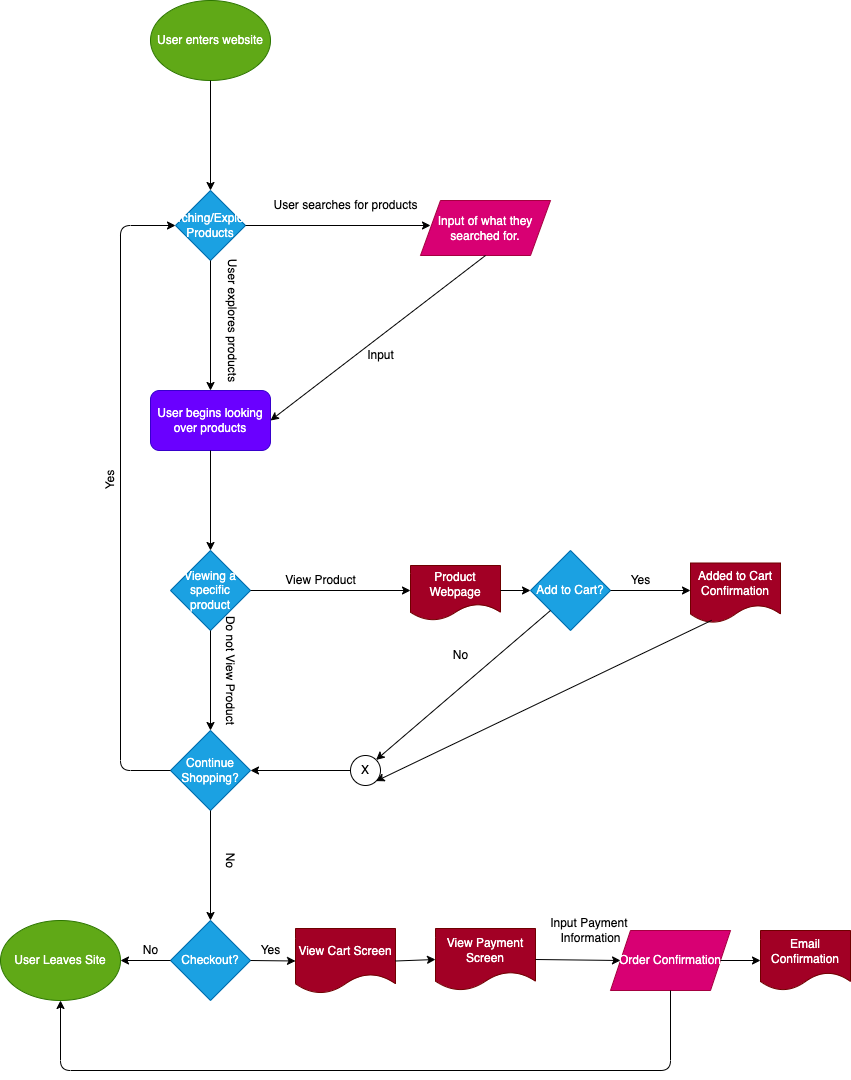
Above: explore/diagramming/diagram.drawio.png in adarsh249/sp23-cse110-lab4 (draw.io), before the change. Source tidied: cells renumbered, new cells last; positions are measured from the earlier drawing's top-left corner, leaving out a move shared by most shapes.
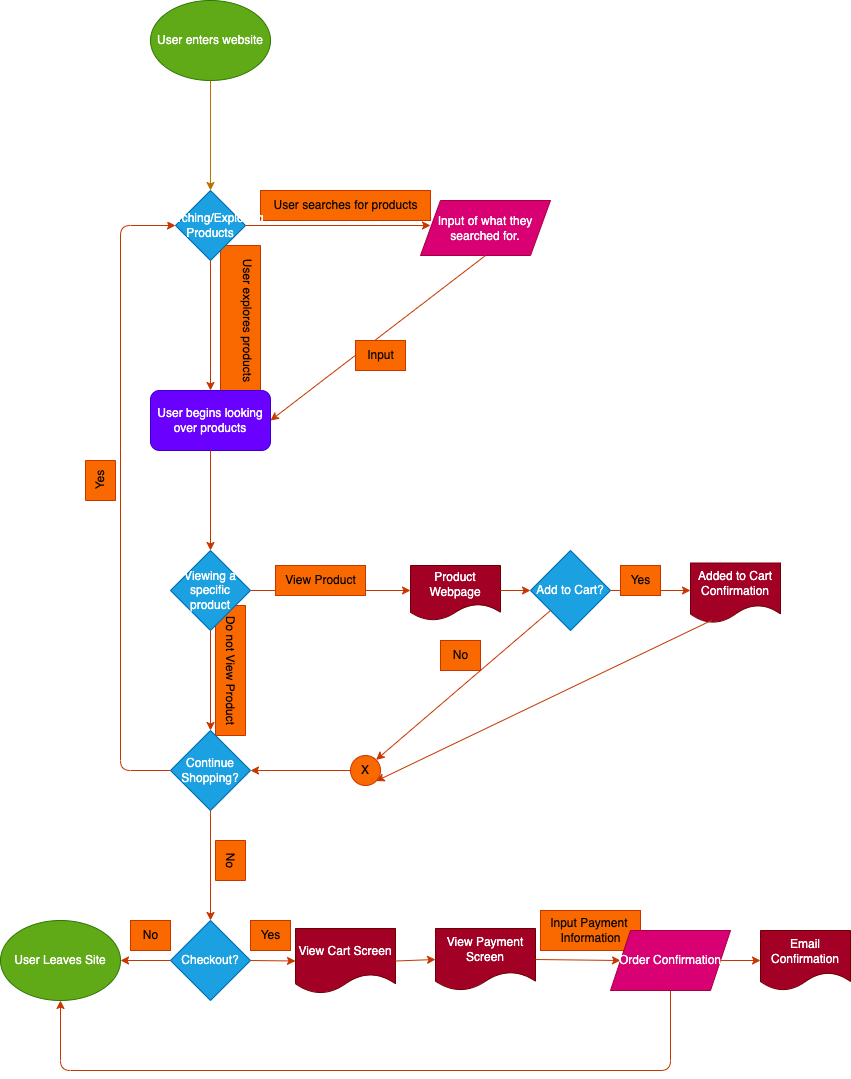
Above is the later version.

Commit message:
Changed colors to work on both dark/light mode

Diff of the diagram source:
```diff
@@ -5,72 +5,66 @@
     <mxCell id="2" value="User enters website" style="ellipse;whiteSpace=wrap;html=1;fillColor=#60a917;fontColor=#ffffff;strokeColor=#2D7600;" parent="1" vertex="1">
       <mxGeometry x="150" width="120" height="80" as="geometry" />
     </mxCell>
-    <mxCell id="3" value="Searching/Exploring Products" style="rhombus;whiteSpace=wrap;html=1;fillColor=#1ba1e2;fontColor=#ffffff;strokeColor=#006EAF;" parent="1" vertex="1">
-      <mxGeometry x="175" y="190" width="70" height="70" as="geometry" />
-    </mxCell>
-    <mxCell id="4" style="endArrow=classic;html=1;exitX=0.5;exitY=1;exitDx=0;exitDy=0;entryX=0.5;entryY=0;entryDx=0;entryDy=0;" parent="1" edge="1" source="2" target="3">
+    <mxCell id="4" style="endArrow=classic;html=1;exitX=0.5;exitY=1;exitDx=0;exitDy=0;entryX=0.5;entryY=0;entryDx=0;entryDy=0;fillColor=#f0a30a;strokeColor=#BD7000;" parent="1" edge="1" source="2" target="3">
       <mxGeometry relative="1" as="geometry" />
     </mxCell>
-    <mxCell id="5" style="endArrow=classic;html=1;exitX=1;exitY=0.5;exitDx=0;exitDy=0;" parent="1" edge="1" source="3">
+    <mxCell id="5" style="endArrow=classic;html=1;exitX=1;exitY=0.5;exitDx=0;exitDy=0;fillColor=#fa6800;strokeColor=#C73500;" parent="1" edge="1" source="3">
       <mxGeometry relative="1" as="geometry">
         <mxPoint x="430" y="225" as="targetPoint" />
       </mxGeometry>
     </mxCell>
-    <mxCell id="6" value="User searches for products" style="text;html=1;align=center;verticalAlign=middle;strokeColor=none;fillColor=none;" parent="1" vertex="1">
+    <mxCell id="6" value="User searches for products" style="text;html=1;align=center;verticalAlign=middle;strokeColor=#C73500;fillColor=#fa6800;fontColor=#000000;" parent="1" vertex="1">
       <mxGeometry x="260" y="190" width="170" height="30" as="geometry" />
     </mxCell>
     <mxCell id="7" value="Input of what they&lt;br&gt;searched for." style="shape=parallelogram;perimeter=parallelogramPerimeter;whiteSpace=wrap;html=1;fixedSize=1;fillColor=#d80073;fontColor=#ffffff;strokeColor=#A50040;" parent="1" vertex="1">
       <mxGeometry x="420" y="200" width="130" height="55" as="geometry" />
     </mxCell>
-    <mxCell id="8" style="endArrow=classic;html=1;exitX=0.5;exitY=1;exitDx=0;exitDy=0;" parent="1" edge="1" source="3">
+    <mxCell id="8" style="endArrow=classic;html=1;exitX=0.5;exitY=1;exitDx=0;exitDy=0;fillColor=#fa6800;strokeColor=#C73500;" parent="1" edge="1" source="3">
       <mxGeometry relative="1" as="geometry">
         <mxPoint x="210" y="390" as="targetPoint" />
       </mxGeometry>
     </mxCell>
-    <mxCell id="9" value="User explores products&lt;br&gt;&lt;br&gt;" style="text;html=1;align=center;verticalAlign=middle;strokeColor=none;fillColor=none;rotation=90;" parent="1" vertex="1">
-      <mxGeometry x="150" y="300" width="150" height="40" as="geometry" />
+    <mxCell id="9" value="User explores products&lt;br&gt;&lt;br&gt;" style="text;html=1;align=center;verticalAlign=middle;strokeColor=#C73500;fillColor=#fa6800;rotation=90;fontColor=#000000;" parent="1" vertex="1">
+      <mxGeometry x="165" y="300" width="150" height="40" as="geometry" />
     </mxCell>
     <mxCell id="10" value="User begins looking over products" style="rounded=1;whiteSpace=wrap;html=1;fillColor=#6a00ff;fontColor=#ffffff;strokeColor=#3700CC;" parent="1" vertex="1">
       <mxGeometry x="150" y="390" width="120" height="60" as="geometry" />
     </mxCell>
-    <mxCell id="11" style="endArrow=classic;html=1;exitX=0.5;exitY=1;exitDx=0;exitDy=0;entryX=1;entryY=0.5;entryDx=0;entryDy=0;" parent="1" edge="1" source="7" target="10">
+    <mxCell id="11" style="endArrow=classic;html=1;exitX=0.5;exitY=1;exitDx=0;exitDy=0;entryX=1;entryY=0.5;entryDx=0;entryDy=0;fillColor=#fa6800;strokeColor=#C73500;" parent="1" edge="1" source="7" target="10">
       <mxGeometry relative="1" as="geometry" />
     </mxCell>
-    <mxCell id="12" value="Input&lt;br&gt;" style="text;html=1;align=center;verticalAlign=middle;strokeColor=none;fillColor=none;" parent="1" vertex="1">
+    <mxCell id="12" value="Input&lt;br&gt;" style="text;html=1;align=center;verticalAlign=middle;strokeColor=#C73500;fillColor=#fa6800;fontColor=#000000;" parent="1" vertex="1">
       <mxGeometry x="355" y="340" width="50" height="30" as="geometry" />
     </mxCell>
-    <mxCell id="13" value="Viewing a specific product" style="rhombus;whiteSpace=wrap;html=1;fillColor=#1ba1e2;fontColor=#ffffff;strokeColor=#006EAF;" parent="1" vertex="1">
-      <mxGeometry x="170" y="550" width="80" height="80" as="geometry" />
-    </mxCell>
-    <mxCell id="14" style="endArrow=classic;html=1;exitX=0.5;exitY=1;exitDx=0;exitDy=0;entryX=0.5;entryY=0;entryDx=0;entryDy=0;" parent="1" edge="1" source="10" target="13">
+    <mxCell id="14" style="endArrow=classic;html=1;exitX=0.5;exitY=1;exitDx=0;exitDy=0;entryX=0.5;entryY=0;entryDx=0;entryDy=0;fillColor=#fa6800;strokeColor=#C73500;" parent="1" edge="1" source="10" target="13">
       <mxGeometry relative="1" as="geometry" />
     </mxCell>
-    <mxCell id="15" style="endArrow=classic;html=1;exitX=1;exitY=0.5;exitDx=0;exitDy=0;" parent="1" edge="1" source="13">
+    <mxCell id="15" style="endArrow=classic;html=1;exitX=1;exitY=0.5;exitDx=0;exitDy=0;fillColor=#fa6800;strokeColor=#C73500;" parent="1" edge="1" source="13">
       <mxGeometry relative="1" as="geometry">
         <mxPoint x="410" y="590" as="targetPoint" />
       </mxGeometry>
     </mxCell>
-    <mxCell id="16" value="View Product" style="text;html=1;align=center;verticalAlign=middle;strokeColor=none;fillColor=none;" parent="1" vertex="1">
+    <mxCell id="16" value="View Product" style="text;html=1;align=center;verticalAlign=middle;strokeColor=#C73500;fillColor=#fa6800;fontColor=#000000;" parent="1" vertex="1">
       <mxGeometry x="275" y="565" width="90" height="30" as="geometry" />
     </mxCell>
-    <mxCell id="17" style="endArrow=classic;html=1;exitX=0.5;exitY=1;exitDx=0;exitDy=0;" parent="1" edge="1" source="13">
+    <mxCell id="17" style="endArrow=classic;html=1;exitX=0.5;exitY=1;exitDx=0;exitDy=0;fillColor=#fa6800;strokeColor=#C73500;" parent="1" edge="1" source="13">
       <mxGeometry relative="1" as="geometry">
         <mxPoint x="210" y="730" as="targetPoint" />
       </mxGeometry>
     </mxCell>
-    <mxCell id="18" value="Do not View Product" style="text;html=1;align=center;verticalAlign=middle;strokeColor=none;fillColor=none;rotation=90;" parent="1" vertex="1">
+    <mxCell id="18" value="Do not View Product" style="text;html=1;align=center;verticalAlign=middle;strokeColor=#C73500;fillColor=#fa6800;rotation=90;fontColor=#000000;" parent="1" vertex="1">
       <mxGeometry x="165" y="655" width="130" height="30" as="geometry" />
     </mxCell>
     <mxCell id="19" value="Add to Cart?" style="rhombus;whiteSpace=wrap;html=1;fillColor=#1ba1e2;fontColor=#ffffff;strokeColor=#006EAF;" parent="1" vertex="1">
       <mxGeometry x="530" y="550" width="80" height="80" as="geometry" />
     </mxCell>
-    <mxCell id="20" style="endArrow=classic;html=1;" parent="1" edge="1">
+    <mxCell id="20" style="endArrow=classic;html=1;fillColor=#fa6800;strokeColor=#C73500;" parent="1" edge="1">
       <mxGeometry relative="1" as="geometry">
         <mxPoint x="610" y="590" as="sourcePoint" />
         <mxPoint x="690" y="590" as="targetPoint" />
       </mxGeometry>
     </mxCell>
-    <mxCell id="21" value="Yes" style="text;html=1;align=center;verticalAlign=middle;strokeColor=none;fillColor=none;" parent="1" vertex="1">
+    <mxCell id="21" value="Yes" style="text;html=1;align=center;verticalAlign=middle;strokeColor=#C73500;fillColor=#fa6800;fontColor=#000000;" parent="1" vertex="1">
       <mxGeometry x="620" y="565" width="40" height="30" as="geometry" />
     </mxCell>
     <mxCell id="22" value="Added to Cart Confirmation" style="shape=document;whiteSpace=wrap;html=1;boundedLbl=1;fillColor=#a20025;fontColor=#ffffff;strokeColor=#6F0000;" parent="1" vertex="1">
@@ -79,7 +73,7 @@
     <mxCell id="23" value="Product Webpage" style="shape=document;whiteSpace=wrap;html=1;boundedLbl=1;fillColor=#a20025;fontColor=#ffffff;strokeColor=#6F0000;" parent="1" vertex="1">
       <mxGeometry x="410" y="565" width="90" height="55" as="geometry" />
     </mxCell>
-    <mxCell id="24" style="endArrow=classic;html=1;entryX=0;entryY=0.5;entryDx=0;entryDy=0;" parent="1" edge="1" target="19">
+    <mxCell id="24" style="endArrow=classic;html=1;entryX=0;entryY=0.5;entryDx=0;entryDy=0;fillColor=#fa6800;strokeColor=#C73500;" parent="1" edge="1" target="19">
       <mxGeometry relative="1" as="geometry">
         <mxPoint x="500" y="590" as="sourcePoint" />
       </mxGeometry>
@@ -87,21 +81,21 @@
     <mxCell id="25" value="Continue Shopping?" style="rhombus;whiteSpace=wrap;html=1;fillColor=#1ba1e2;fontColor=#ffffff;strokeColor=#006EAF;" parent="1" vertex="1">
       <mxGeometry x="170" y="730" width="80" height="80" as="geometry" />
     </mxCell>
-    <mxCell id="26" value="X" style="ellipse;whiteSpace=wrap;html=1;" parent="1" vertex="1">
+    <mxCell id="26" value="X" style="ellipse;whiteSpace=wrap;html=1;fillColor=#fa6800;fontColor=#000000;strokeColor=#C73500;" parent="1" vertex="1">
       <mxGeometry x="350" y="755" width="30" height="30" as="geometry" />
     </mxCell>
-    <mxCell id="27" style="endArrow=classic;html=1;entryX=1;entryY=0;entryDx=0;entryDy=0;exitX=0;exitY=1;exitDx=0;exitDy=0;" parent="1" edge="1" source="19" target="26">
+    <mxCell id="27" style="endArrow=classic;html=1;entryX=1;entryY=0;entryDx=0;entryDy=0;exitX=0;exitY=1;exitDx=0;exitDy=0;fillColor=#fa6800;strokeColor=#C73500;" parent="1" edge="1" source="19" target="26">
       <mxGeometry relative="1" as="geometry" />
     </mxCell>
-    <mxCell id="28" value="No&lt;br&gt;" style="text;html=1;align=center;verticalAlign=middle;strokeColor=none;fillColor=none;" parent="1" vertex="1">
+    <mxCell id="28" value="No&lt;br&gt;" style="text;html=1;align=center;verticalAlign=middle;strokeColor=#C73500;fillColor=#fa6800;fontColor=#000000;" parent="1" vertex="1">
       <mxGeometry x="440" y="640" width="40" height="30" as="geometry" />
     </mxCell>
-    <mxCell id="29" style="endArrow=classic;html=1;exitX=0.235;exitY=0.998;exitDx=0;exitDy=0;exitPerimeter=0;entryX=1;entryY=1;entryDx=0;entryDy=0;" parent="1" edge="1" target="26">
+    <mxCell id="29" style="endArrow=classic;html=1;exitX=0.235;exitY=0.998;exitDx=0;exitDy=0;exitPerimeter=0;entryX=1;entryY=1;entryDx=0;entryDy=0;fillColor=#fa6800;strokeColor=#C73500;" parent="1" edge="1" target="26">
       <mxGeometry relative="1" as="geometry">
         <mxPoint x="711.1" y="619.9" as="sourcePoint" />
       </mxGeometry>
     </mxCell>
-    <mxCell id="30" style="endArrow=classic;html=1;exitX=0;exitY=0.5;exitDx=0;exitDy=0;entryX=0;entryY=0.5;entryDx=0;entryDy=0;" parent="1" edge="1" source="25" target="3">
+    <mxCell id="30" style="endArrow=classic;html=1;exitX=0;exitY=0.5;exitDx=0;exitDy=0;entryX=0;entryY=0.5;entryDx=0;entryDy=0;fillColor=#fa6800;strokeColor=#C73500;" parent="1" edge="1" source="25" target="3">
       <mxGeometry relative="1" as="geometry">
         <Array as="points">
           <mxPoint x="120" y="770" />
@@ -109,61 +103,58 @@
         </Array>
       </mxGeometry>
     </mxCell>
-    <mxCell id="31" value="Yes" style="text;html=1;align=center;verticalAlign=middle;strokeColor=none;fillColor=none;rotation=270;" parent="1" vertex="1">
-      <mxGeometry x="90" y="465" width="40" height="30" as="geometry" />
+    <mxCell id="31" value="Yes" style="text;html=1;align=center;verticalAlign=middle;strokeColor=#C73500;fillColor=#fa6800;rotation=270;fontColor=#000000;" parent="1" vertex="1">
+      <mxGeometry x="80" y="465" width="40" height="30" as="geometry" />
     </mxCell>
     <mxCell id="32" value="Checkout?" style="rhombus;whiteSpace=wrap;html=1;fillColor=#1ba1e2;fontColor=#ffffff;strokeColor=#006EAF;" parent="1" vertex="1">
       <mxGeometry x="170" y="920" width="80" height="80" as="geometry" />
     </mxCell>
-    <mxCell id="33" style="endArrow=classic;html=1;exitX=0.5;exitY=1;exitDx=0;exitDy=0;entryX=0.5;entryY=0;entryDx=0;entryDy=0;" parent="1" edge="1" source="25" target="32">
+    <mxCell id="33" style="endArrow=classic;html=1;exitX=0.5;exitY=1;exitDx=0;exitDy=0;entryX=0.5;entryY=0;entryDx=0;entryDy=0;fillColor=#fa6800;strokeColor=#C73500;" parent="1" edge="1" source="25" target="32">
       <mxGeometry relative="1" as="geometry" />
     </mxCell>
-    <mxCell id="34" value="No&lt;br&gt;" style="text;html=1;align=center;verticalAlign=middle;strokeColor=none;fillColor=none;rotation=90;" parent="1" vertex="1">
+    <mxCell id="34" value="No&lt;br&gt;" style="text;html=1;align=center;verticalAlign=middle;strokeColor=#C73500;fillColor=#fa6800;rotation=90;fontColor=#000000;" parent="1" vertex="1">
       <mxGeometry x="210" y="845" width="40" height="30" as="geometry" />
     </mxCell>
-    <mxCell id="35" style="endArrow=classic;html=1;entryX=1;entryY=0.5;entryDx=0;entryDy=0;exitX=0;exitY=0.5;exitDx=0;exitDy=0;" parent="1" edge="1" source="26" target="25">
+    <mxCell id="35" style="endArrow=classic;html=1;entryX=1;entryY=0.5;entryDx=0;entryDy=0;exitX=0;exitY=0.5;exitDx=0;exitDy=0;fillColor=#fa6800;strokeColor=#C73500;" parent="1" edge="1" source="26" target="25">
       <mxGeometry relative="1" as="geometry" />
     </mxCell>
     <mxCell id="36" value="User Leaves Site" style="ellipse;whiteSpace=wrap;html=1;fillColor=#60a917;fontColor=#ffffff;strokeColor=#2D7600;" parent="1" vertex="1">
       <mxGeometry y="920" width="120" height="80" as="geometry" />
     </mxCell>
-    <mxCell id="37" style="endArrow=classic;html=1;exitX=0;exitY=0.5;exitDx=0;exitDy=0;entryX=1;entryY=0.5;entryDx=0;entryDy=0;" parent="1" edge="1" source="32" target="36">
+    <mxCell id="37" style="endArrow=classic;html=1;exitX=0;exitY=0.5;exitDx=0;exitDy=0;entryX=1;entryY=0.5;entryDx=0;entryDy=0;fillColor=#fa6800;strokeColor=#C73500;" parent="1" edge="1" source="32" target="36">
       <mxGeometry relative="1" as="geometry" />
     </mxCell>
-    <mxCell id="38" value="No" style="text;html=1;align=center;verticalAlign=middle;strokeColor=none;fillColor=none;" parent="1" vertex="1">
-      <mxGeometry x="130" y="935" width="40" height="30" as="geometry" />
+    <mxCell id="38" value="No" style="text;html=1;align=center;verticalAlign=middle;strokeColor=#C73500;fillColor=#fa6800;fontColor=#000000;" parent="1" vertex="1">
+      <mxGeometry x="130" y="920" width="40" height="30" as="geometry" />
     </mxCell>
     <mxCell id="39" value="View Cart Screen" style="shape=document;whiteSpace=wrap;html=1;boundedLbl=1;fillColor=#a20025;fontColor=#ffffff;strokeColor=#6F0000;" parent="1" vertex="1">
       <mxGeometry x="295" y="928" width="100" height="65" as="geometry" />
     </mxCell>
-    <mxCell id="40" style="endArrow=classic;html=1;exitX=1;exitY=0.5;exitDx=0;exitDy=0;entryX=0;entryY=0.5;entryDx=0;entryDy=0;" parent="1" edge="1" source="32" target="39">
+    <mxCell id="40" style="endArrow=classic;html=1;exitX=1;exitY=0.5;exitDx=0;exitDy=0;entryX=0;entryY=0.5;entryDx=0;entryDy=0;fillColor=#fa6800;strokeColor=#C73500;" parent="1" edge="1" source="32" target="39">
       <mxGeometry relative="1" as="geometry" />
     </mxCell>
-    <mxCell id="41" value="Yes" style="text;html=1;align=center;verticalAlign=middle;strokeColor=none;fillColor=none;" parent="1" vertex="1">
-      <mxGeometry x="250" y="935" width="40" height="30" as="geometry" />
+    <mxCell id="41" value="Yes" style="text;html=1;align=center;verticalAlign=middle;strokeColor=#C73500;fillColor=#fa6800;fontColor=#000000;" parent="1" vertex="1">
+      <mxGeometry x="250" y="920" width="40" height="30" as="geometry" />
     </mxCell>
     <mxCell id="42" value="View Payment Screen" style="shape=document;whiteSpace=wrap;html=1;boundedLbl=1;fillColor=#a20025;fontColor=#ffffff;strokeColor=#6F0000;" parent="1" vertex="1">
       <mxGeometry x="435" y="928" width="100" height="62" as="geometry" />
     </mxCell>
-    <mxCell id="43" style="endArrow=classic;html=1;exitX=1;exitY=0.5;exitDx=0;exitDy=0;entryX=0;entryY=0.5;entryDx=0;entryDy=0;" parent="1" edge="1" source="39" target="42">
+    <mxCell id="43" style="endArrow=classic;html=1;exitX=1;exitY=0.5;exitDx=0;exitDy=0;entryX=0;entryY=0.5;entryDx=0;entryDy=0;fillColor=#fa6800;strokeColor=#C73500;" parent="1" edge="1" source="39" target="42">
       <mxGeometry relative="1" as="geometry" />
     </mxCell>
-    <mxCell id="44" value="Order Confirmation" style="shape=parallelogram;perimeter=parallelogramPerimeter;whiteSpace=wrap;html=1;fixedSize=1;fillColor=#d80073;fontColor=#ffffff;strokeColor=#A50040;" parent="1" vertex="1">
-      <mxGeometry x="610" y="930" width="120" height="60" as="geometry" />
-    </mxCell>
-    <mxCell id="45" style="endArrow=classic;html=1;exitX=1;exitY=0.5;exitDx=0;exitDy=0;entryX=0;entryY=0.5;entryDx=0;entryDy=0;" parent="1" edge="1" source="42" target="44">
+    <mxCell id="45" style="endArrow=classic;html=1;exitX=1;exitY=0.5;exitDx=0;exitDy=0;entryX=0;entryY=0.5;entryDx=0;entryDy=0;fillColor=#fa6800;strokeColor=#C73500;" parent="1" edge="1" source="42" target="44">
       <mxGeometry relative="1" as="geometry" />
     </mxCell>
-    <mxCell id="46" value="Input Payment &lt;br&gt;Information&lt;br&gt;" style="text;html=1;align=center;verticalAlign=middle;strokeColor=none;fillColor=none;" parent="1" vertex="1">
+    <mxCell id="46" value="Input Payment &lt;br&gt;Information&lt;br&gt;" style="text;html=1;align=center;verticalAlign=middle;strokeColor=#C73500;fillColor=#fa6800;fontColor=#000000;" parent="1" vertex="1">
       <mxGeometry x="540" y="910" width="100" height="40" as="geometry" />
     </mxCell>
     <mxCell id="47" value="Email Confirmation" style="shape=document;whiteSpace=wrap;html=1;boundedLbl=1;fillColor=#a20025;fontColor=#ffffff;strokeColor=#6F0000;" parent="1" vertex="1">
       <mxGeometry x="760" y="930" width="90" height="60" as="geometry" />
     </mxCell>
-    <mxCell id="48" style="endArrow=classic;html=1;exitX=1;exitY=0.5;exitDx=0;exitDy=0;entryX=0;entryY=0.5;entryDx=0;entryDy=0;" parent="1" edge="1" source="44" target="47">
+    <mxCell id="48" style="endArrow=classic;html=1;exitX=1;exitY=0.5;exitDx=0;exitDy=0;entryX=0;entryY=0.5;entryDx=0;entryDy=0;fillColor=#fa6800;strokeColor=#C73500;" parent="1" edge="1" source="44" target="47">
       <mxGeometry relative="1" as="geometry" />
     </mxCell>
-    <mxCell id="49" style="endArrow=classic;html=1;exitX=0.5;exitY=1;exitDx=0;exitDy=0;entryX=0.5;entryY=1;entryDx=0;entryDy=0;" parent="1" edge="1" source="44" target="36">
+    <mxCell id="49" style="endArrow=classic;html=1;exitX=0.5;exitY=1;exitDx=0;exitDy=0;entryX=0.5;entryY=1;entryDx=0;entryDy=0;fillColor=#fa6800;strokeColor=#C73500;" parent="1" edge="1" source="44" target="36">
       <mxGeometry relative="1" as="geometry">
         <Array as="points">
           <mxPoint x="670" y="1070" />
@@ -171,5 +162,14 @@
         </Array>
       </mxGeometry>
     </mxCell>
+    <mxCell id="3" value="Searching/Exploring Products" style="rhombus;whiteSpace=wrap;html=1;fillColor=#1ba1e2;fontColor=#ffffff;strokeColor=#006EAF;" parent="1" vertex="1">
+      <mxGeometry x="175" y="190" width="70" height="70" as="geometry" />
+    </mxCell>
+    <mxCell id="44" value="Order Confirmation" style="shape=parallelogram;perimeter=parallelogramPerimeter;whiteSpace=wrap;html=1;fixedSize=1;fillColor=#d80073;fontColor=#ffffff;strokeColor=#A50040;" parent="1" vertex="1">
+      <mxGeometry x="610" y="930" width="120" height="60" as="geometry" />
+    </mxCell>
+    <mxCell id="13" value="Viewing a specific product" style="rhombus;whiteSpace=wrap;html=1;fillColor=#1ba1e2;fontColor=#ffffff;strokeColor=#006EAF;" parent="1" vertex="1">
+      <mxGeometry x="170" y="550" width="80" height="80" as="geometry" />
+    </mxCell>
   </root>
 </mxGraphModel>
```
